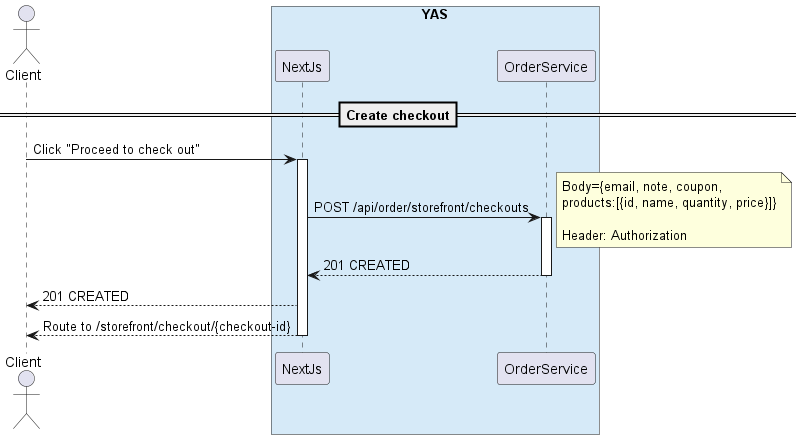
nashtech-garage/yas keeps this PlantUML diagram as order/docs/img/Create checkout.png. Above is the earlier version. Its diagram source:
```plantuml
@startuml Create checkout
actor Client
box "YAS" #D6EAF8
participant NextJs as NextJs
participant OrderService as order
end box
==Create checkout==
Client -> NextJs: Click "Proceed to check out"
activate NextJs
NextJs -> order: POST /api/order/storefront/checkouts
note right
Body={email, note, coupon,
products:[{id, name, quantity, price}]}

Header: Authorization
end note
activate order
order --> NextJs: 201 CREATED
deactivate order
NextJs --> Client: 201 CREATED
NextJs --> Client: Route to /storefront/checkout/{checkout-id}
deactivate NextJs
@enduml
```
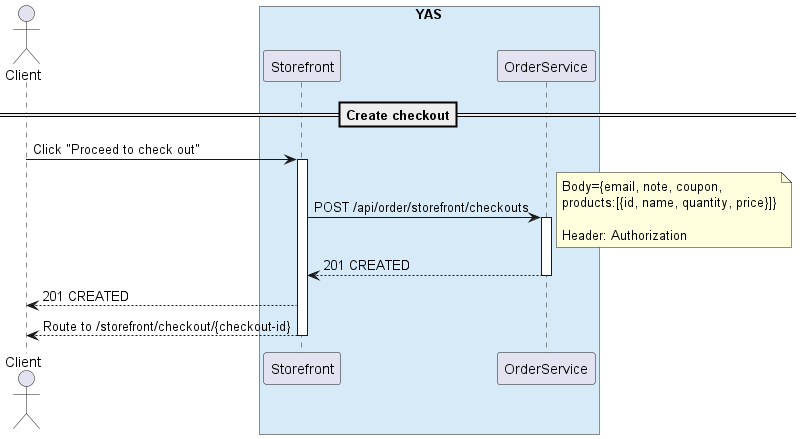
Later version of the same file.

Commit message:
Rename NextJs to Storefront in diagrams

Diff of the diagram source:
```diff
@@ -1,7 +1,7 @@
 @startuml Create checkout
 actor Client
 box "YAS" #D6EAF8
-participant NextJs as NextJs
+participant Storefront as NextJs
 participant OrderService as order
 end box
 ==Create checkout==
```
